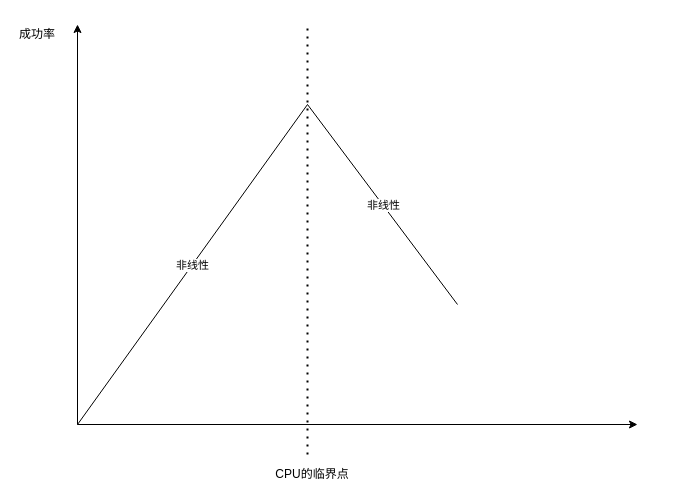
Before: Untitled Diagram.drawio in JasenYang/test, a draw.io diagram. Source tidied: cells renumbered, new cells numbered last; positions are measured from the earlier drawing's top-left corner, leaving out a move shared by most shapes. Both pictures are drawn from the tidied source at 100%, with x=0, y=0 at pixel (17, 24).
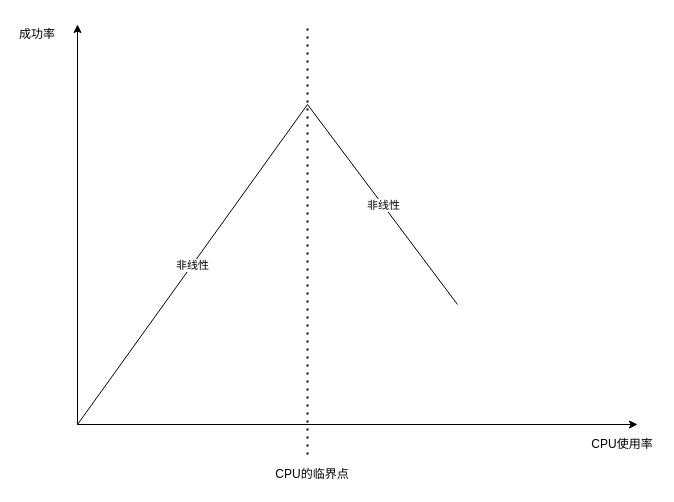
Above is the later version.

Diff of the diagram source:
```diff
@@
 <mxGraphModel>
   <root>
     <mxCell id="0" />
     <mxCell id="1" parent="0" />
     <mxCell id="2" style="endArrow=classic;html=1;" parent="1" edge="1">
       <mxGeometry relative="1" as="geometry">
         <mxPoint x="60" y="400" as="sourcePoint" />
         <mxPoint x="620" y="400" as="targetPoint" />
       </mxGeometry>
     </mxCell>
     <mxCell id="3" style="endArrow=classic;html=1;" parent="1" edge="1">
       <mxGeometry relative="1" as="geometry">
         <mxPoint x="60" y="400" as="sourcePoint" />
         <mxPoint x="60" as="targetPoint" />
       </mxGeometry>
     </mxCell>
     <mxCell id="4" style="endArrow=none;html=1;endFill=0;" parent="1" edge="1">
       <mxGeometry relative="1" as="geometry">
         <mxPoint x="60" y="400" as="sourcePoint" />
         <mxPoint x="290" y="80" as="targetPoint" />
       </mxGeometry>
     </mxCell>
     <mxCell id="5" value="非线性" style="edgeLabel;html=1;align=center;verticalAlign=middle;" parent="4" vertex="1">
       <mxGeometry relative="1" as="geometry" />
     </mxCell>
     <mxCell id="6" style="endArrow=none;html=1;endFill=0;" parent="1" edge="1">
       <mxGeometry relative="1" as="geometry">
         <mxPoint x="290" y="80" as="sourcePoint" />
         <mxPoint x="440" y="280" as="targetPoint" />
       </mxGeometry>
     </mxCell>
     <mxCell id="7" value="非线性" style="edgeLabel;html=1;align=center;verticalAlign=middle;" parent="6" vertex="1">
       <mxGeometry relative="1" as="geometry" />
     </mxCell>
     <mxCell id="8" style="endArrow=none;dashed=1;html=1;dashPattern=1 3;strokeWidth=2;" parent="1" edge="1">
       <mxGeometry relative="1" as="geometry">
         <mxPoint x="290" y="430" as="sourcePoint" />
         <mxPoint x="290" as="targetPoint" />
       </mxGeometry>
     </mxCell>
     <mxCell id="9" value="CPU的临界点" style="text;html=1;strokeColor=none;fillColor=none;align=center;verticalAlign=middle;whiteSpace=wrap;rounded=0;" parent="1" vertex="1">
       <mxGeometry x="250" y="440" width="90" height="20" as="geometry" />
     </mxCell>
     <mxCell id="10" value="成功率" style="text;html=1;strokeColor=none;fillColor=none;align=center;verticalAlign=middle;whiteSpace=wrap;rounded=0;" parent="1" vertex="1">
       <mxGeometry width="40" height="20" as="geometry" />
     </mxCell>
+    <mxCell id="11" value="CPU使用率" style="text;html=1;strokeColor=none;fillColor=none;align=center;verticalAlign=middle;whiteSpace=wrap;rounded=0;" parent="1" vertex="1">
+      <mxGeometry x="570" y="410" width="70" height="20" as="geometry" />
+    </mxCell>
   </root>
 </mxGraphModel>
```
